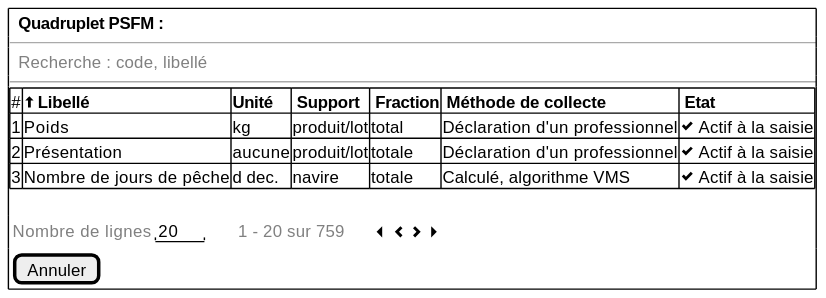
Before: projects/common/spe/images/pmfm-add.svg, a diagram exported from PlantUML (sumaris-net/sumaris-doc). Source of this version:
```plantuml
@startsalt
{
  {+
    { | . |  <b>Quadruplet PSFM :  | . | . | . | . }
    --
    { | . | <font color=grey>Recherche : code, libellé  | . }
    --
	{#
      # | <&arrow-thick-top><b>Libellé     | <b>Unité   | <b> Support | <b> Fraction | <b> Méthode de collecte | <b> Etat
      1 | Poids        | kg | produit/lot | total | Déclaration d'un professionnel | <&check> Actif à la saisie
      2 | Présentation        | aucune | produit/lot | totale | Déclaration d'un professionnel | <&check> Actif à la saisie
      3 | Nombre de jours de pêche        | d dec. | navire | totale | Calculé, algorithme VMS | <&check> Actif à la saisie
    }
    .
    {
       { <font color=grey>Nombre de lignes</font> |  " 20 "  | . | . | . | . | <font color=grey>1 - 20 sur 759 | . | . | . | . | <&caret-left> <&chevron-left> <&chevron-right> <&caret-right> }
    }
    { [Annuler] }
    }
 }
@endsalt
```
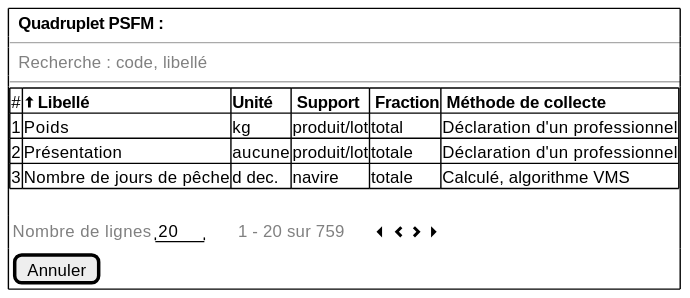
After the commit.

What changed in the source:
```diff
@@ -6,10 +6,10 @@
     { | . | <font color=grey>Recherche : code, libellé  | . }
     --
 	{#
-      # | <&arrow-thick-top><b>Libellé     | <b>Unité   | <b> Support | <b> Fraction | <b> Méthode de collecte | <b> Etat
-      1 | Poids        | kg | produit/lot | total | Déclaration d'un professionnel | <&check> Actif à la saisie
-      2 | Présentation        | aucune | produit/lot | totale | Déclaration d'un professionnel | <&check> Actif à la saisie
-      3 | Nombre de jours de pêche        | d dec. | navire | totale | Calculé, algorithme VMS | <&check> Actif à la saisie
+      # | <&arrow-thick-top><b>Libellé     | <b>Unité   | <b> Support | <b> Fraction | <b> Méthode de collecte
+      1 | Poids        | kg | produit/lot | total | Déclaration d'un professionnel
+      2 | Présentation        | aucune | produit/lot | totale | Déclaration d'un professionnel
+      3 | Nombre de jours de pêche        | d dec. | navire | totale | Calculé, algorithme VMS
     }
     .
     {
```
